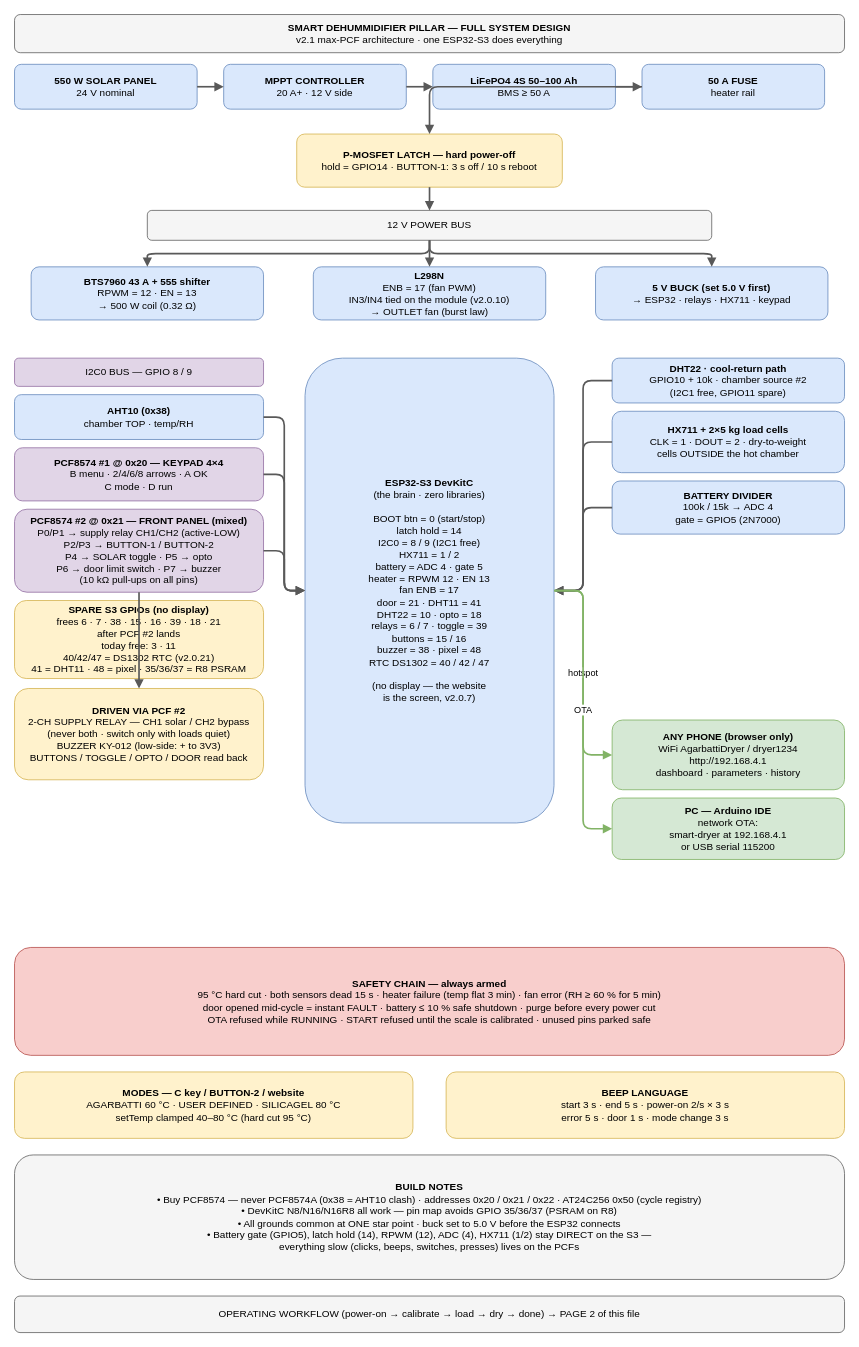
This is page "1 · System Design" (1 of 3) of smart-dryer/docs/design-workflow.drawio from PAVAN-NIKHIL-993/SIH_2026_022, a draw.io file, before an edit. Source tidied: cells renumbered, new cells numbered last; positions are measured from the earlier drawing's top-left corner, leaving out a move shared by most shapes. Both pictures are drawn from the tidied source at 83%, with x=0, y=0 at pixel (14, 14).
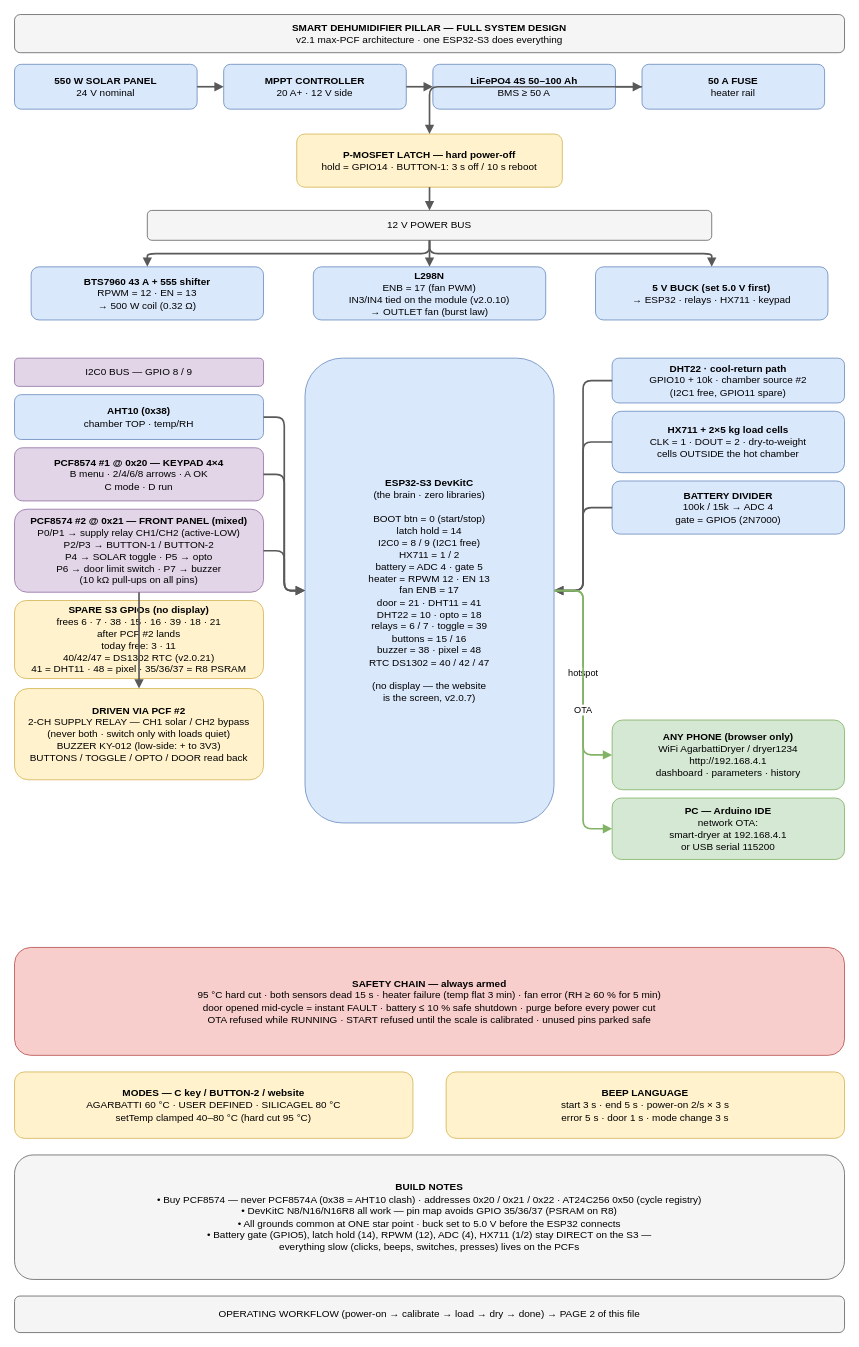
Above is the later version.

The edit, as a diff of the source:
```diff
@@
-    <mxCell id="2" value="&lt;b&gt;SMART DEHUMMIDIFIER PILLAR — FULL SYSTEM DESIGN&lt;/b&gt;&lt;br&gt;v2.1 max-PCF architecture · one ESP32-S3 does everything" style="rounded=1;whiteSpace=wrap;html=1;fillColor=#f5f5f5;strokeColor=#666666;fontSize=12;" parent="1" vertex="1">
+    <mxCell id="2" value="&lt;b&gt;SMART DEHUMIDIFIER PILLAR — FULL SYSTEM DESIGN&lt;/b&gt;&lt;br&gt;v2.1 max-PCF architecture · one ESP32-S3 does everything" style="rounded=1;whiteSpace=wrap;html=1;fillColor=#f5f5f5;strokeColor=#666666;fontSize=12;" parent="1" vertex="1">
       <mxGeometry width="1000" height="46" as="geometry" />
     </mxCell>
```
